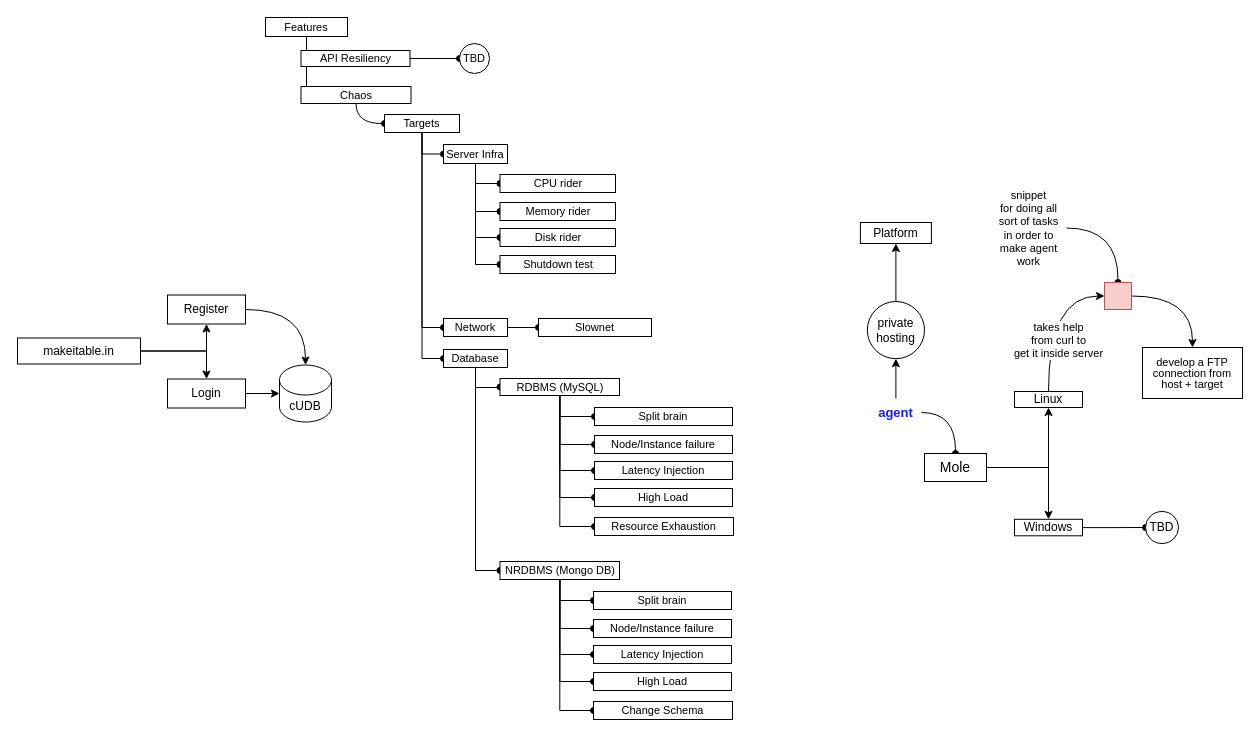
Before: page "Page-1" (1 of 2) of makeitable_primary_architecture_and_plan.drawio in shayansaha85/DrawIO_Diagrams, a draw.io diagram. Source tidied: cells renumbered, new cells numbered last; positions are measured from the earlier drawing's top-left corner, leaving out a move shared by most shapes. Both pictures are drawn from the tidied source at 100%, with x=0, y=0 at pixel (17, 17).
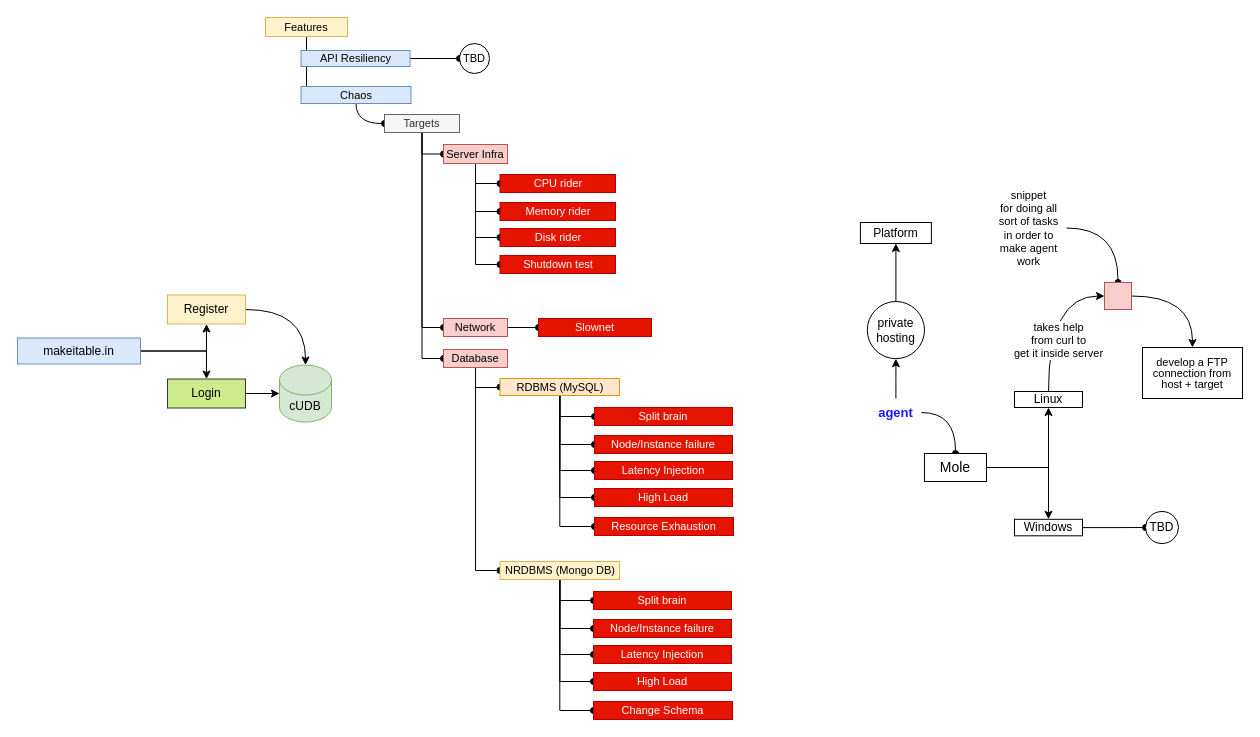
The same diagram, later.

Unchanged cells that the change refers to:
```xml
<mxCell id="56" style="group;fontSize=11;" parent="1" vertex="1">
  <mxGeometry x="482.5" y="157" width="115.5" height="99" as="geometry" />
</mxCell>
```

The edit, as a diff of the source:
```diff
@@
-    <mxCell id="12" value="makeitable.in" style="rounded=0;whiteSpace=wrap;html=1;" parent="1" vertex="1">
+    <mxCell id="12" value="makeitable.in" style="rounded=0;whiteSpace=wrap;html=1;fillColor=#dae8fc;strokeColor=#6c8ebf;" parent="1" vertex="1">
       <mxGeometry y="320.5" width="123" height="26" as="geometry" />
     </mxCell>
@@
-    <mxCell id="14" value="Register" style="rounded=0;whiteSpace=wrap;html=1;" parent="1" vertex="1">
+    <mxCell id="14" value="Register" style="rounded=0;whiteSpace=wrap;html=1;fillColor=#fff2cc;strokeColor=#d6b656;" parent="1" vertex="1">
       <mxGeometry x="150" y="277.5" width="78" height="29" as="geometry" />
     </mxCell>
-    <mxCell id="15" value="Login" style="rounded=0;whiteSpace=wrap;html=1;" parent="1" vertex="1">
+    <mxCell id="15" value="Login" style="rounded=0;whiteSpace=wrap;html=1;fillColor=#cdeb8b;strokeColor=#36393d;" parent="1" vertex="1">
       <mxGeometry x="150" y="361.5" width="78" height="29" as="geometry" />
     </mxCell>
-    <mxCell id="16" value="cUDB" style="shape=cylinder3;whiteSpace=wrap;html=1;boundedLbl=1;backgroundOutline=1;size=15;" parent="1" vertex="1">
+    <mxCell id="16" value="cUDB" style="shape=cylinder3;whiteSpace=wrap;html=1;boundedLbl=1;backgroundOutline=1;size=15;fillColor=#d5e8d4;strokeColor=#82b366;" parent="1" vertex="1">
       <mxGeometry x="262" y="347.5" width="52" height="57" as="geometry" />
     </mxCell>
@@
-    <mxCell id="18" value="Features" style="rounded=0;whiteSpace=wrap;html=1;fontSize=11;" parent="1" vertex="1">
+    <mxCell id="18" value="Features" style="rounded=0;whiteSpace=wrap;html=1;fontSize=11;fillColor=#fff2cc;strokeColor=#d6b656;" parent="1" vertex="1">
       <mxGeometry x="248" width="82" height="19" as="geometry" />
     </mxCell>
@@
-    <mxCell id="20" value="API Resiliency" style="rounded=0;whiteSpace=wrap;html=1;fontSize=11;" parent="1" vertex="1">
+    <mxCell id="20" value="API Resiliency" style="rounded=0;whiteSpace=wrap;html=1;fontSize=11;fillColor=#dae8fc;strokeColor=#6c8ebf;" parent="1" vertex="1">
       <mxGeometry x="283.5" y="33" width="109" height="16" as="geometry" />
     </mxCell>
@@
-    <mxCell id="22" value="Chaos" style="rounded=0;whiteSpace=wrap;html=1;fontSize=11;" parent="1" vertex="1">
+    <mxCell id="22" value="Chaos" style="rounded=0;whiteSpace=wrap;html=1;fontSize=11;fillColor=#dae8fc;strokeColor=#6c8ebf;" parent="1" vertex="1">
       <mxGeometry x="283.5" y="69" width="110" height="17" as="geometry" />
     </mxCell>
@@
-    <mxCell id="24" value="Slownet" style="rounded=0;whiteSpace=wrap;html=1;fontSize=11;" parent="1" vertex="1">
+    <mxCell id="24" value="Slownet" style="rounded=0;whiteSpace=wrap;html=1;fontSize=11;fillColor=#e51400;fontColor=#ffffff;strokeColor=#B20000;" parent="1" vertex="1">
       <mxGeometry x="521" y="301" width="113" height="18" as="geometry" />
     </mxCell>
@@
-    <mxCell id="28" value="Targets" style="rounded=0;whiteSpace=wrap;html=1;fontSize=11;" parent="1" vertex="1">
+    <mxCell id="28" value="Targets" style="rounded=0;whiteSpace=wrap;html=1;fontSize=11;fillColor=#f5f5f5;strokeColor=#666666;fontColor=#333333;" parent="1" vertex="1">
       <mxGeometry x="367" y="97" width="75" height="18" as="geometry" />
     </mxCell>
-    <mxCell id="29" value="&lt;font style=&quot;font-size: 11px;&quot;&gt;Server Infra&lt;/font&gt;" style="rounded=0;whiteSpace=wrap;html=1;fontSize=11;" parent="1" vertex="1">
+    <mxCell id="29" value="&lt;font style=&quot;font-size: 11px;&quot;&gt;Server Infra&lt;/font&gt;" style="rounded=0;whiteSpace=wrap;html=1;fontSize=11;fillColor=#f8cecc;strokeColor=#b85450;" parent="1" vertex="1">
       <mxGeometry x="426" y="127" width="64" height="19" as="geometry" />
     </mxCell>
@@
-    <mxCell id="32" value="&lt;font style=&quot;font-size: 11px;&quot;&gt;Database&lt;/font&gt;" style="rounded=0;whiteSpace=wrap;html=1;fontSize=11;" parent="1" vertex="1">
+    <mxCell id="32" value="&lt;font style=&quot;font-size: 11px;&quot;&gt;Database&lt;/font&gt;" style="rounded=0;whiteSpace=wrap;html=1;fontSize=11;fillColor=#f8cecc;strokeColor=#b85450;" parent="1" vertex="1">
       <mxGeometry x="426" y="332" width="64" height="18" as="geometry" />
     </mxCell>
-    <mxCell id="33" value="&lt;font style=&quot;font-size: 11px;&quot;&gt;Network&lt;/font&gt;" style="rounded=0;whiteSpace=wrap;html=1;fontSize=11;" parent="1" vertex="1">
+    <mxCell id="33" value="&lt;font style=&quot;font-size: 11px;&quot;&gt;Network&lt;/font&gt;" style="rounded=0;whiteSpace=wrap;html=1;fontSize=11;fillColor=#f8cecc;strokeColor=#b85450;" parent="1" vertex="1">
       <mxGeometry x="426" y="301" width="64" height="18" as="geometry" />
     </mxCell>
@@
-    <mxCell id="39" value="&lt;font style=&quot;font-size: 11px;&quot;&gt;RDBMS (MySQL)&lt;/font&gt;" style="rounded=0;whiteSpace=wrap;html=1;fontSize=11;" parent="1" vertex="1">
+    <mxCell id="39" value="&lt;font style=&quot;font-size: 11px;&quot;&gt;RDBMS (MySQL)&lt;/font&gt;" style="rounded=0;whiteSpace=wrap;html=1;fontSize=11;fillColor=#ffe6cc;strokeColor=#d79b00;" parent="1" vertex="1">
       <mxGeometry x="482.5" y="361" width="119.5" height="17" as="geometry" />
     </mxCell>
@@
-    <mxCell id="45" value="&lt;font style=&quot;font-size: 11px;&quot;&gt;NRDBMS (Mongo DB)&lt;/font&gt;" style="rounded=0;whiteSpace=wrap;html=1;fontSize=11;" parent="1" vertex="1">
+    <mxCell id="45" value="&lt;font style=&quot;font-size: 11px;&quot;&gt;NRDBMS (Mongo DB)&lt;/font&gt;" style="rounded=0;whiteSpace=wrap;html=1;fontSize=11;fillColor=#fff2cc;strokeColor=#d6b656;" parent="1" vertex="1">
       <mxGeometry x="482.5" y="544" width="119.5" height="18" as="geometry" />
     </mxCell>
-    <mxCell id="46" value="Split brain" style="rounded=0;whiteSpace=wrap;html=1;fontSize=11;" parent="1" vertex="1">
+    <mxCell id="46" value="Split brain" style="rounded=0;whiteSpace=wrap;html=1;fontSize=11;fillColor=#e51400;fontColor=#ffffff;strokeColor=#B20000;" parent="1" vertex="1">
       <mxGeometry x="577" y="390" width="138" height="18" as="geometry" />
     </mxCell>
-    <mxCell id="47" value="Node/Instance failure" style="rounded=0;whiteSpace=wrap;html=1;fontSize=11;" parent="1" vertex="1">
+    <mxCell id="47" value="Node/Instance failure" style="rounded=0;whiteSpace=wrap;html=1;fontSize=11;fillColor=#e51400;fontColor=#ffffff;strokeColor=#B20000;" parent="1" vertex="1">
       <mxGeometry x="577" y="418" width="138" height="18" as="geometry" />
     </mxCell>
-    <mxCell id="48" value="Latency Injection" style="rounded=0;whiteSpace=wrap;html=1;fontSize=11;" parent="1" vertex="1">
+    <mxCell id="48" value="Latency Injection" style="rounded=0;whiteSpace=wrap;html=1;fontSize=11;fillColor=#e51400;fontColor=#ffffff;strokeColor=#B20000;" parent="1" vertex="1">
       <mxGeometry x="577" y="444" width="138" height="18" as="geometry" />
     </mxCell>
-    <mxCell id="49" value="High Load" style="rounded=0;whiteSpace=wrap;html=1;fontSize=11;" parent="1" vertex="1">
+    <mxCell id="49" value="High Load" style="rounded=0;whiteSpace=wrap;html=1;fontSize=11;fillColor=#e51400;fontColor=#ffffff;strokeColor=#B20000;" parent="1" vertex="1">
       <mxGeometry x="577" y="471" width="138" height="18" as="geometry" />
     </mxCell>
-    <mxCell id="50" value="Resource Exhaustion" style="rounded=0;whiteSpace=wrap;html=1;fontSize=11;" parent="1" vertex="1">
+    <mxCell id="50" value="Resource Exhaustion" style="rounded=0;whiteSpace=wrap;html=1;fontSize=11;fillColor=#e51400;fontColor=#ffffff;strokeColor=#B20000;" parent="1" vertex="1">
       <mxGeometry x="577" y="500" width="139" height="18" as="geometry" />
     </mxCell>
-    <mxCell id="51" value="Split brain" style="rounded=0;whiteSpace=wrap;html=1;fontSize=11;" parent="1" vertex="1">
+    <mxCell id="51" value="Split brain" style="rounded=0;whiteSpace=wrap;html=1;fontSize=11;fillColor=#e51400;fontColor=#ffffff;strokeColor=#B20000;" parent="1" vertex="1">
       <mxGeometry x="576" y="574" width="138" height="18" as="geometry" />
     </mxCell>
-    <mxCell id="52" value="Node/Instance failure" style="rounded=0;whiteSpace=wrap;html=1;fontSize=11;" parent="1" vertex="1">
+    <mxCell id="52" value="Node/Instance failure" style="rounded=0;whiteSpace=wrap;html=1;fontSize=11;fillColor=#e51400;fontColor=#ffffff;strokeColor=#B20000;" parent="1" vertex="1">
       <mxGeometry x="576" y="602" width="138" height="18" as="geometry" />
     </mxCell>
-    <mxCell id="53" value="Latency Injection" style="rounded=0;whiteSpace=wrap;html=1;fontSize=11;" parent="1" vertex="1">
+    <mxCell id="53" value="Latency Injection" style="rounded=0;whiteSpace=wrap;html=1;fontSize=11;fillColor=#e51400;fontColor=#ffffff;strokeColor=#B20000;" parent="1" vertex="1">
       <mxGeometry x="576" y="628" width="138" height="18" as="geometry" />
     </mxCell>
-    <mxCell id="54" value="High Load" style="rounded=0;whiteSpace=wrap;html=1;fontSize=11;" parent="1" vertex="1">
+    <mxCell id="54" value="High Load" style="rounded=0;whiteSpace=wrap;html=1;fontSize=11;fillColor=#e51400;fontColor=#ffffff;strokeColor=#B20000;" parent="1" vertex="1">
       <mxGeometry x="576" y="655" width="138" height="18" as="geometry" />
     </mxCell>
-    <mxCell id="55" value="Change Schema" style="rounded=0;whiteSpace=wrap;html=1;fontSize=11;" parent="1" vertex="1">
+    <mxCell id="55" value="Change Schema" style="rounded=0;whiteSpace=wrap;html=1;fontSize=11;fillColor=#e51400;fontColor=#ffffff;strokeColor=#B20000;" parent="1" vertex="1">
       <mxGeometry x="576" y="684" width="139" height="18" as="geometry" />
     </mxCell>
@@
-    <mxCell id="57" value="CPU rider" style="rounded=0;whiteSpace=wrap;html=1;fontSize=11;fontStyle=0;" parent="56" vertex="1">
+    <mxCell id="57" value="CPU rider" style="rounded=0;whiteSpace=wrap;html=1;fontSize=11;fontStyle=0;fillColor=#e51400;fontColor=#ffffff;strokeColor=#B20000;" parent="56" vertex="1">
       <mxGeometry width="115.5" height="18" as="geometry" />
     </mxCell>
-    <mxCell id="58" value="Memory rider" style="rounded=0;whiteSpace=wrap;html=1;fontSize=11;fontStyle=0;" parent="56" vertex="1">
+    <mxCell id="58" value="Memory rider" style="rounded=0;whiteSpace=wrap;html=1;fontSize=11;fontStyle=0;fillColor=#e51400;fontColor=#ffffff;strokeColor=#B20000;" parent="56" vertex="1">
       <mxGeometry y="28" width="115.5" height="18" as="geometry" />
     </mxCell>
-    <mxCell id="59" value="Disk rider" style="rounded=0;whiteSpace=wrap;html=1;fontSize=11;fontStyle=0;" parent="56" vertex="1">
+    <mxCell id="59" value="Disk rider" style="rounded=0;whiteSpace=wrap;html=1;fontSize=11;fontStyle=0;fillColor=#e51400;fontColor=#ffffff;strokeColor=#B20000;" parent="56" vertex="1">
       <mxGeometry y="54" width="115.5" height="18" as="geometry" />
     </mxCell>
-    <mxCell id="60" value="Shutdown test" style="rounded=0;whiteSpace=wrap;html=1;fontSize=11;fontStyle=0;" parent="56" vertex="1">
+    <mxCell id="60" value="Shutdown test" style="rounded=0;whiteSpace=wrap;html=1;fontSize=11;fontStyle=0;fillColor=#e51400;fontColor=#ffffff;strokeColor=#B20000;" parent="56" vertex="1">
       <mxGeometry y="81" width="115.5" height="18" as="geometry" />
     </mxCell>
```
